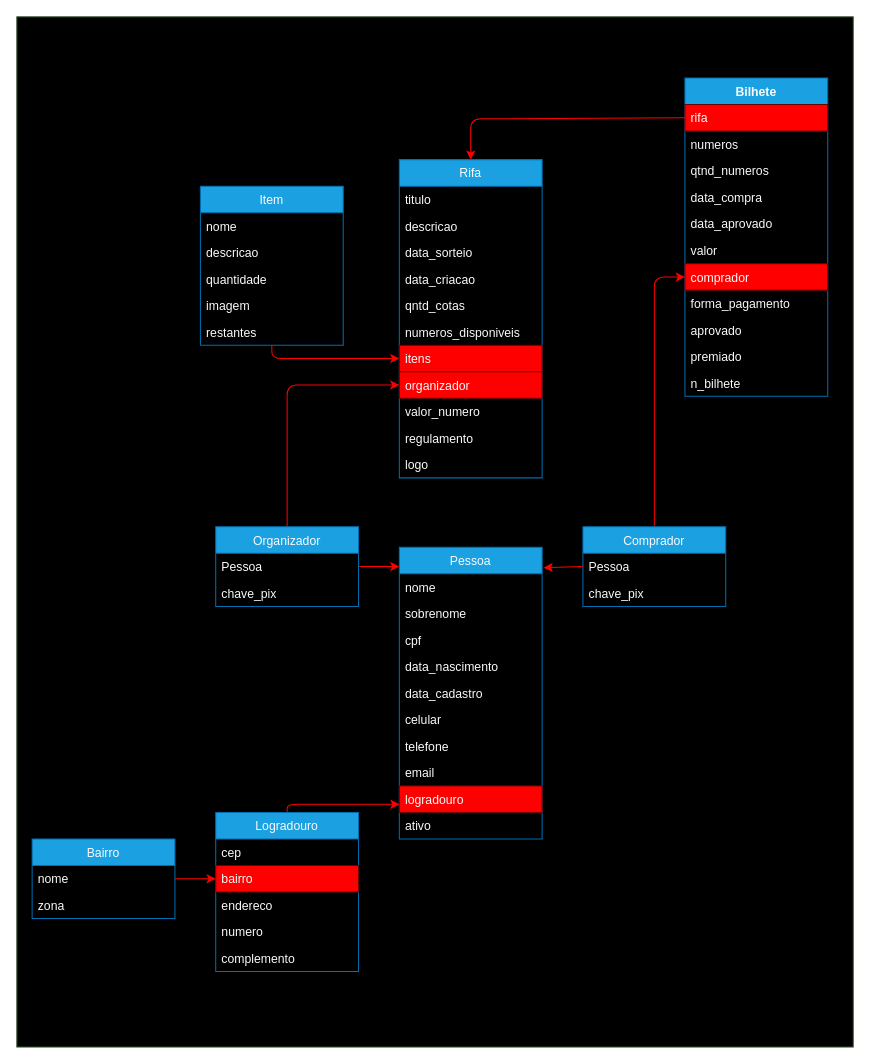
Before: page "relacionamento_db" (1 of 2) of relacionamento.drawio in Juzeka/Rifaae, a draw.io diagram. Source tidied: cells renumbered, new cells numbered last; positions are measured from the earlier drawing's top-left corner, leaving out a move shared by most shapes. Both pictures are drawn from the tidied source at 102%, with x=0, y=0 at pixel (16, 16).
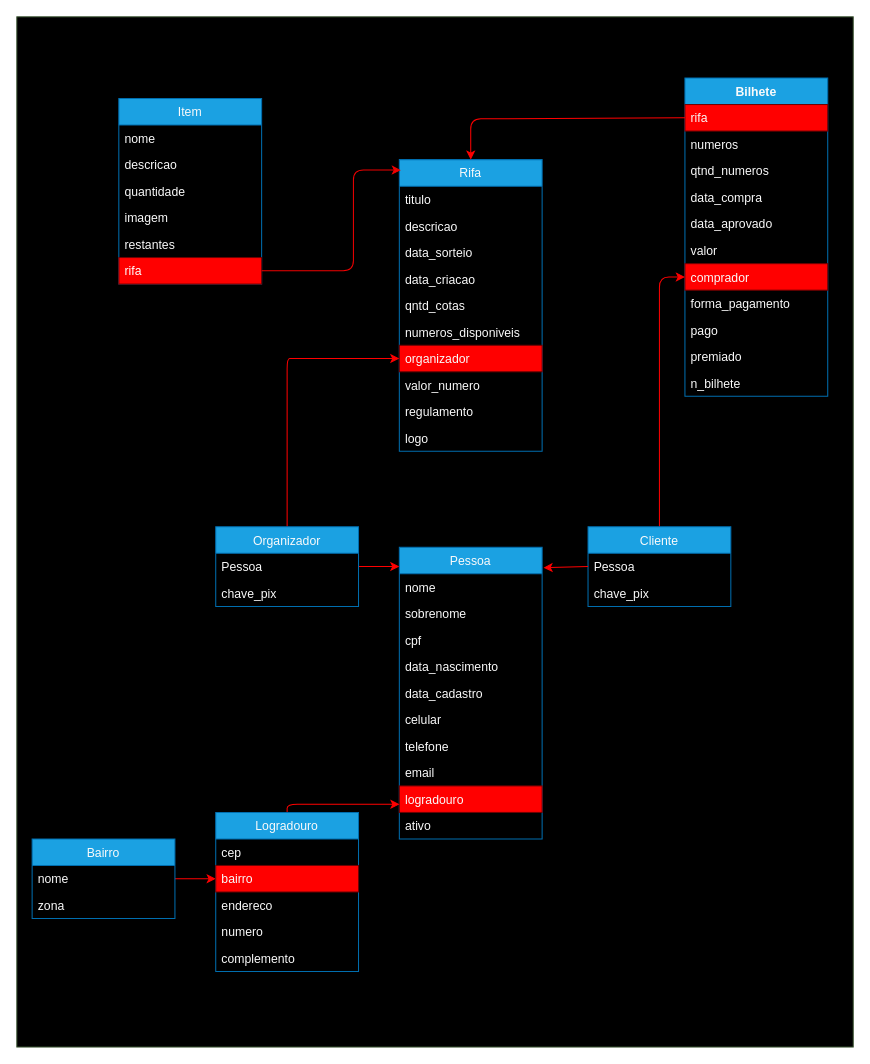
The same page after the edit.

Unchanged cells that the change refers to:
```xml
<mxCell id="3" value="Bilhete" style="swimlane;fontStyle=1;horizontal=1;startSize=26;fillColor=#1ba1e2;fontColor=#FAFAFA;strokeColor=#006EAF;" parent="1" vertex="1">
  <mxGeometry x="655" y="60" width="140" height="312" as="geometry" />
</mxCell>
<mxCell id="10" value="comprador" style="text;strokeColor=#6F0000;fillColor=#FF0000;align=left;verticalAlign=top;spacingLeft=4;spacingRight=4;overflow=hidden;points=[[0,0.5],[1,0.5]];portConstraint=eastwest;fontColor=#FAFAFA;" parent="3" vertex="1">
  <mxGeometry y="182" width="140" height="26" as="geometry" />
</mxCell>
<mxCell id="62" value="Organizador" style="swimlane;fontStyle=0;horizontal=1;startSize=26;fillColor=#1ba1e2;fontColor=#FAFAFA;strokeColor=#006EAF;" parent="1" vertex="1">
  <mxGeometry x="195" y="500" width="140" height="78" as="geometry" />
</mxCell>
```

Diff of the diagram source:
```diff
@@
-    <mxCell id="12" value="aprovado" style="text;strokeColor=none;fillColor=none;align=left;verticalAlign=top;spacingLeft=4;spacingRight=4;overflow=hidden;fontColor=#FAFAFA;" parent="3" vertex="1">
+    <mxCell id="12" value="pago" style="text;strokeColor=none;fillColor=none;align=left;verticalAlign=top;spacingLeft=4;spacingRight=4;overflow=hidden;fontColor=#FAFAFA;" parent="3" vertex="1">
       <mxGeometry y="234" width="140" height="26" as="geometry" />
     </mxCell>
@@
-    <mxCell id="15" style="edgeStyle=none;html=1;exitX=0.5;exitY=1;exitDx=0;exitDy=0;entryX=0;entryY=0.5;entryDx=0;entryDy=0;fillColor=#a20025;strokeColor=#FF0000;fontColor=#FAFAFA;" parent="1" edge="1" source="16" target="29">
-      <mxGeometry relative="1" as="geometry">
-        <Array as="points">
-          <mxPoint x="250" y="335" />
-        </Array>
-      </mxGeometry>
-    </mxCell>
     <mxCell id="16" value="Item" style="swimlane;fontStyle=0;horizontal=1;startSize=26;fillColor=#1ba1e2;fontColor=#FAFAFA;strokeColor=#006EAF;" parent="1" vertex="1">
-      <mxGeometry x="180" y="166" width="140" height="156" as="geometry" />
+      <mxGeometry x="100" y="80" width="140" height="182" as="geometry" />
     </mxCell>
@@
+    <mxCell id="67" value="rifa" style="text;strokeColor=#6F0000;fillColor=#FF0000;align=left;verticalAlign=top;spacingLeft=4;spacingRight=4;overflow=hidden;points=[[0,0.5],[1,0.5]];portConstraint=eastwest;fontColor=#ffffff;" parent="16" vertex="1">
+      <mxGeometry y="156" width="140" height="26" as="geometry" />
+    </mxCell>
     <mxCell id="22" value="Rifa" style="swimlane;fontStyle=0;horizontal=1;startSize=26;fillColor=#1ba1e2;fontColor=#FAFAFA;strokeColor=#006EAF;" parent="1" vertex="1">
-      <mxGeometry x="375" y="140" width="140" height="312" as="geometry" />
+      <mxGeometry x="375" y="140" width="140" height="286" as="geometry" />
     </mxCell>
@@
-    <mxCell id="29" value="itens" style="text;strokeColor=#6F0000;fillColor=#FF0000;align=left;verticalAlign=top;spacingLeft=4;spacingRight=4;overflow=hidden;points=[[0,0.5],[1,0.5]];portConstraint=eastwest;fontColor=#FAFAFA;" parent="22" vertex="1">
-      <mxGeometry y="182" width="140" height="26" as="geometry" />
-    </mxCell>
+    <mxCell id="68" style="edgeStyle=none;html=1;exitX=0;exitY=0.5;exitDx=0;exitDy=0;" parent="22" edge="1" target="22">
+      <mxGeometry relative="1" as="geometry">
+        <mxPoint y="195" as="sourcePoint" />
+      </mxGeometry>
+    </mxCell>
     <mxCell id="30" value="organizador" style="text;strokeColor=#6F0000;fillColor=#FF0000;align=left;verticalAlign=top;spacingLeft=4;spacingRight=4;overflow=hidden;points=[[0,0.5],[1,0.5]];portConstraint=eastwest;fontColor=#FAFAFA;" parent="22" vertex="1">
-      <mxGeometry y="208" width="140" height="26" as="geometry" />
+      <mxGeometry y="182" width="140" height="26" as="geometry" />
     </mxCell>
     <mxCell id="31" value="valor_numero" style="text;strokeColor=none;fillColor=none;align=left;verticalAlign=top;spacingLeft=4;spacingRight=4;overflow=hidden;fontColor=#FAFAFA;" parent="22" vertex="1">
-      <mxGeometry y="234" width="140" height="26" as="geometry" />
+      <mxGeometry y="208" width="140" height="26" as="geometry" />
     </mxCell>
     <mxCell id="32" value="regulamento" style="text;strokeColor=none;fillColor=none;align=left;verticalAlign=top;spacingLeft=4;spacingRight=4;overflow=hidden;fontColor=#FAFAFA;" parent="22" vertex="1">
-      <mxGeometry y="260" width="140" height="26" as="geometry" />
+      <mxGeometry y="234" width="140" height="26" as="geometry" />
     </mxCell>
     <mxCell id="33" value="logo" style="text;strokeColor=none;fillColor=none;align=left;verticalAlign=top;spacingLeft=4;spacingRight=4;overflow=hidden;fontColor=#FAFAFA;" parent="22" vertex="1">
-      <mxGeometry y="286" width="140" height="26" as="geometry" />
+      <mxGeometry y="260" width="140" height="26" as="geometry" />
     </mxCell>
@@
     <mxCell id="56" style="edgeStyle=none;html=1;exitX=0.5;exitY=0;exitDx=0;exitDy=0;entryX=0;entryY=0.5;entryDx=0;entryDy=0;fillColor=#a20025;strokeColor=#FF0000;fontColor=#FAFAFA;" parent="1" edge="1" source="57" target="10">
       <mxGeometry relative="1" as="geometry">
         <Array as="points">
-          <mxPoint x="625" y="255" />
+          <mxPoint x="630" y="255" />
         </Array>
       </mxGeometry>
     </mxCell>
-    <mxCell id="57" value="Comprador" style="swimlane;fontStyle=0;horizontal=1;startSize=26;fillColor=#1ba1e2;fontColor=#FAFAFA;strokeColor=#006EAF;" parent="1" vertex="1">
-      <mxGeometry x="555" y="500" width="140" height="78" as="geometry" />
+    <mxCell id="57" value="Cliente" style="swimlane;fontStyle=0;horizontal=1;startSize=26;fillColor=#1ba1e2;fontColor=#FAFAFA;strokeColor=#006EAF;" parent="1" vertex="1">
+      <mxGeometry x="560" y="500" width="140" height="78" as="geometry" />
     </mxCell>
@@
     <mxCell id="61" style="edgeStyle=none;html=1;exitX=0.5;exitY=0;exitDx=0;exitDy=0;entryX=0;entryY=0.5;entryDx=0;entryDy=0;fillColor=#a20025;strokeColor=#FF0000;fontColor=#FAFAFA;" parent="1" edge="1" source="62" target="30">
       <mxGeometry relative="1" as="geometry">
         <Array as="points">
-          <mxPoint x="265" y="361" />
+          <mxPoint x="265" y="335" />
+          <mxPoint x="270" y="335" />
         </Array>
       </mxGeometry>
     </mxCell>
@@
+    <mxCell id="69" style="edgeStyle=none;html=1;entryX=0.011;entryY=0.036;entryDx=0;entryDy=0;entryPerimeter=0;strokeColor=#F00000;" parent="1" edge="1" source="67" target="22">
+      <mxGeometry relative="1" as="geometry">
+        <Array as="points">
+          <mxPoint x="330" y="249" />
+          <mxPoint x="330" y="150" />
+        </Array>
+      </mxGeometry>
+    </mxCell>
```
